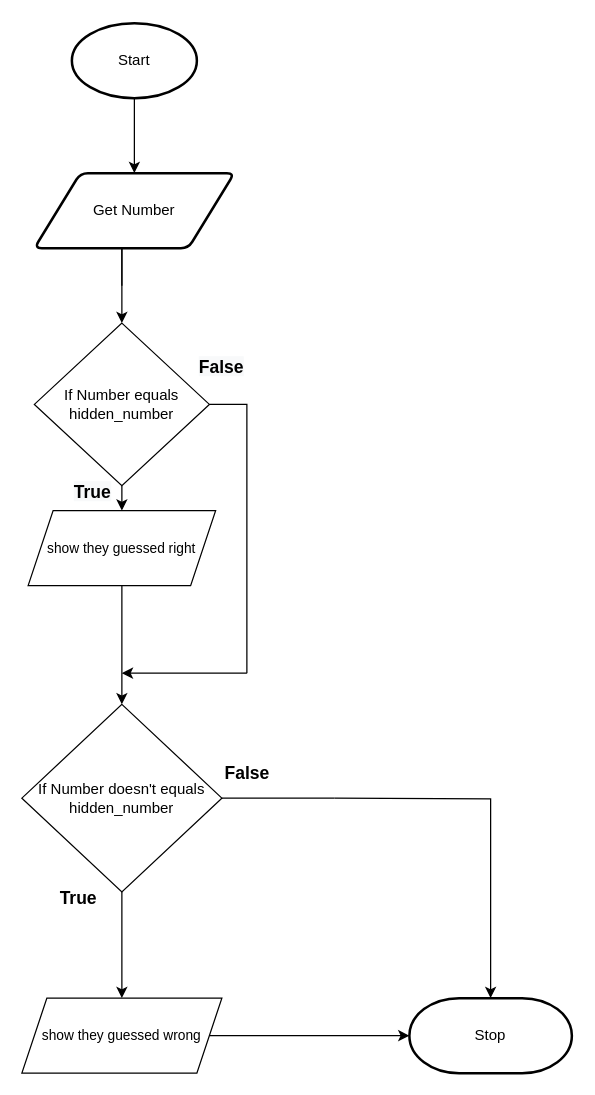
Above: flowchart.drawio in Ethan-Prieur1/ICS3U-Assignment6-Python (draw.io), before the change. Source tidied: cells renumbered, new cells numbered last; positions are measured from the earlier drawing's top-left corner, leaving out a move shared by most shapes. Both pictures are drawn from the tidied source at 125%, with x=0, y=0 at pixel (21, 22).
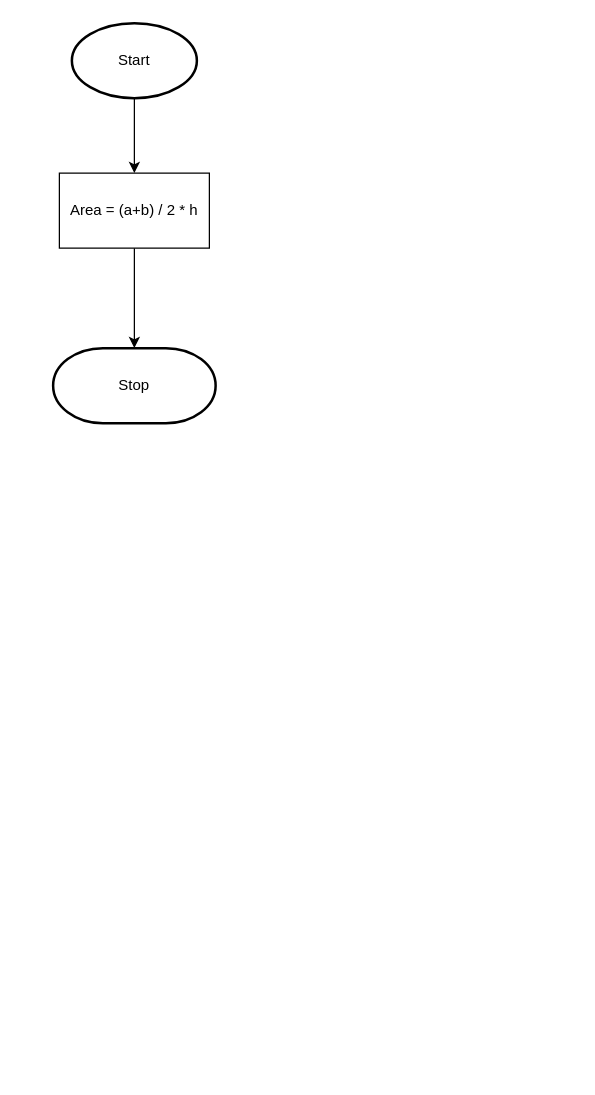
Above is the later version.

Unchanged cells that the change refers to:
```xml
<mxCell id="3" value="Start" style="strokeWidth=2;html=1;shape=mxgraph.flowchart.start_1;whiteSpace=wrap;" parent="1" vertex="1">
  <mxGeometry x="40" width="100" height="60" as="geometry" />
</mxCell>
```

Change to the diagram source:
```diff
@@
-    <mxCell id="2" style="edgeStyle=none;html=1;exitX=0.5;exitY=1;exitDx=0;exitDy=0;exitPerimeter=0;entryX=0.5;entryY=0;entryDx=0;entryDy=0;" parent="1" edge="1" source="3" target="4">
-      <mxGeometry relative="1" as="geometry" />
+    <mxCell id="2" style="edgeStyle=none;html=1;exitX=0.5;exitY=1;exitDx=0;exitDy=0;exitPerimeter=0;entryX=0.5;entryY=0;entryDx=0;entryDy=0;" parent="1" edge="1" source="3">
+      <mxGeometry relative="1" as="geometry">
+        <mxPoint x="90" y="120" as="targetPoint" />
+      </mxGeometry>
     </mxCell>
@@
-    <mxCell id="4" value="Get Number" style="shape=parallelogram;html=1;strokeWidth=2;perimeter=parallelogramPerimeter;whiteSpace=wrap;rounded=1;arcSize=12;size=0.23;" parent="1" vertex="1">
-      <mxGeometry x="10" y="120" width="160" height="60" as="geometry" />
-    </mxCell>
     <mxCell id="5" value="Stop" style="strokeWidth=2;html=1;shape=mxgraph.flowchart.terminator;whiteSpace=wrap;" parent="1" vertex="1">
-      <mxGeometry x="310" y="780" width="130" height="60" as="geometry" />
+      <mxGeometry x="25" y="260" width="130" height="60" as="geometry" />
     </mxCell>
-    <mxCell id="6" value="If Number equals hidden_number" style="rhombus;whiteSpace=wrap;html=1;" parent="1" vertex="1">
-      <mxGeometry x="10" y="240" width="140" height="130" as="geometry" />
-    </mxCell>
-    <mxCell id="7" style="edgeStyle=none;rounded=1;html=1;labelBackgroundColor=default;fontFamily=Helvetica;fontSize=11;fontColor=default;endArrow=classic;strokeColor=default;elbow=vertical;" parent="1" edge="1" source="8" target="14">
-      <mxGeometry relative="1" as="geometry" />
-    </mxCell>
-    <mxCell id="8" value="If Number doesn't equals hidden_number" style="rhombus;whiteSpace=wrap;html=1;" parent="1" vertex="1">
-      <mxGeometry y="545" width="160" height="150" as="geometry" />
-    </mxCell>
-    <mxCell id="9" style="endArrow=none;html=1;" parent="1" edge="1">
-      <mxGeometry relative="1" as="geometry">
-        <mxPoint x="80" y="210" as="sourcePoint" />
-        <mxPoint x="80" y="180" as="targetPoint" />
-      </mxGeometry>
-    </mxCell>
-    <mxCell id="10" style="endArrow=classic;html=1;rounded=1;labelBackgroundColor=default;fontFamily=Helvetica;fontSize=11;fontColor=default;strokeColor=default;elbow=vertical;" parent="1" edge="1" target="6">
-      <mxGeometry relative="1" as="geometry">
-        <mxPoint x="80" y="180" as="sourcePoint" />
-        <Array as="points">
-          <mxPoint x="80" y="210" />
-        </Array>
-      </mxGeometry>
-    </mxCell>
-    <mxCell id="11" style="edgeStyle=none;rounded=1;html=1;labelBackgroundColor=default;fontFamily=Helvetica;fontSize=11;fontColor=default;endArrow=classic;strokeColor=default;elbow=vertical;" parent="1" edge="1" source="12" target="8">
-      <mxGeometry relative="1" as="geometry" />
-    </mxCell>
-    <mxCell id="12" value="show they guessed right" style="shape=parallelogram;perimeter=parallelogramPerimeter;whiteSpace=wrap;html=1;fixedSize=1;fontFamily=Helvetica;fontSize=11;fontColor=default;" parent="1" vertex="1">
-      <mxGeometry x="5" y="390" width="150" height="60" as="geometry" />
-    </mxCell>
-    <mxCell id="13" style="edgeStyle=none;rounded=1;html=1;labelBackgroundColor=default;fontFamily=Helvetica;fontSize=11;fontColor=default;endArrow=classic;strokeColor=default;elbow=vertical;" parent="1" edge="1" source="14" target="5">
-      <mxGeometry relative="1" as="geometry" />
-    </mxCell>
-    <mxCell id="14" value="show they guessed wrong" style="shape=parallelogram;perimeter=parallelogramPerimeter;whiteSpace=wrap;html=1;fixedSize=1;fontFamily=Helvetica;fontSize=11;fontColor=default;" parent="1" vertex="1">
-      <mxGeometry y="780" width="160" height="60" as="geometry" />
-    </mxCell>
-    <mxCell id="15" style="endArrow=classic;html=1;rounded=1;labelBackgroundColor=default;fontFamily=Helvetica;fontSize=11;fontColor=default;strokeColor=default;elbow=vertical;exitX=0.5;exitY=1;exitDx=0;exitDy=0;entryX=0.5;entryY=0;entryDx=0;entryDy=0;" parent="1" edge="1" source="6" target="12">
-      <mxGeometry relative="1" as="geometry" />
-    </mxCell>
-    <mxCell id="16" style="endArrow=none;html=1;rounded=0;labelBackgroundColor=default;fontFamily=Helvetica;fontSize=11;fontColor=default;strokeColor=default;elbow=vertical;exitX=1;exitY=0.5;exitDx=0;exitDy=0;" parent="1" edge="1" source="6">
-      <mxGeometry relative="1" as="geometry">
-        <mxPoint x="180" y="510" as="targetPoint" />
-        <Array as="points">
-          <mxPoint x="180" y="305" />
-          <mxPoint x="180" y="520" />
-        </Array>
-      </mxGeometry>
-    </mxCell>
-    <mxCell id="17" style="endArrow=classic;html=1;rounded=1;labelBackgroundColor=default;fontFamily=Helvetica;fontSize=11;fontColor=default;strokeColor=default;elbow=vertical;" parent="1" edge="1">
-      <mxGeometry relative="1" as="geometry">
-        <mxPoint x="180" y="520" as="sourcePoint" />
-        <mxPoint x="80" y="520" as="targetPoint" />
-      </mxGeometry>
-    </mxCell>
-    <mxCell id="18" style="endArrow=none;html=1;rounded=0;labelBackgroundColor=default;fontFamily=Helvetica;fontSize=11;fontColor=default;strokeColor=default;elbow=vertical;exitX=1;exitY=0.5;exitDx=0;exitDy=0;" parent="1" edge="1" source="8">
-      <mxGeometry relative="1" as="geometry">
-        <mxPoint x="250" y="620" as="targetPoint" />
-      </mxGeometry>
-    </mxCell>
-    <mxCell id="19" style="endArrow=classic;html=1;rounded=0;labelBackgroundColor=default;fontFamily=Helvetica;fontSize=11;fontColor=default;strokeColor=default;elbow=vertical;entryX=0.5;entryY=0;entryDx=0;entryDy=0;entryPerimeter=0;edgeStyle=orthogonalEdgeStyle;" parent="1" edge="1" target="5">
-      <mxGeometry relative="1" as="geometry">
-        <mxPoint x="250" y="620" as="sourcePoint" />
-      </mxGeometry>
-    </mxCell>
-    <mxCell id="20" value="&lt;font style=&quot;font-size: 14px&quot;&gt;&lt;b&gt;False&lt;/b&gt;&lt;/font&gt;" style="text;html=1;align=center;verticalAlign=middle;strokeColor=none;fillColor=none;fontSize=11;fontFamily=Helvetica;fontColor=default;" parent="1" vertex="1">
-      <mxGeometry x="155" y="590" width="50" height="20" as="geometry" />
-    </mxCell>
-    <mxCell id="21" value="&lt;b style=&quot;color: rgb(0, 0, 0); font-family: helvetica; font-size: 14px; font-style: normal; letter-spacing: normal; text-align: center; text-indent: 0px; text-transform: none; word-spacing: 0px; background-color: rgb(248, 249, 250);&quot;&gt;False&lt;/b&gt;" style="text;whiteSpace=wrap;html=1;fontSize=14;fontFamily=Helvetica;fontColor=default;" parent="1" vertex="1">
-      <mxGeometry x="140" y="260" width="60" height="30" as="geometry" />
-    </mxCell>
-    <mxCell id="22" value="&lt;b&gt;True&lt;/b&gt;" style="text;html=1;align=center;verticalAlign=middle;strokeColor=none;fillColor=none;fontSize=14;fontFamily=Helvetica;fontColor=default;" parent="1" vertex="1">
-      <mxGeometry x="20" y="690" width="50" height="20" as="geometry" />
-    </mxCell>
-    <mxCell id="23" value="&lt;b style=&quot;color: rgb(0, 0, 0); font-family: helvetica; font-size: 14px; font-style: normal; letter-spacing: normal; text-align: center; text-indent: 0px; text-transform: none; word-spacing: 0px; background-color: rgb(248, 249, 250);&quot;&gt;True&lt;/b&gt;" style="text;whiteSpace=wrap;html=1;fontSize=14;fontFamily=Helvetica;fontColor=default;" parent="1" vertex="1">
-      <mxGeometry x="40" y="360" width="60" height="30" as="geometry" />
-    </mxCell>
+    <mxCell id="24" style="edgeStyle=none;html=1;" parent="1" edge="1" source="25" target="5">
+      <mxGeometry relative="1" as="geometry" />
+    </mxCell>
+    <mxCell id="25" value="Area = (a+b) / 2 * h" style="rounded=0;whiteSpace=wrap;html=1;" parent="1" vertex="1">
+      <mxGeometry x="30" y="120" width="120" height="60" as="geometry" />
+    </mxCell>
```
